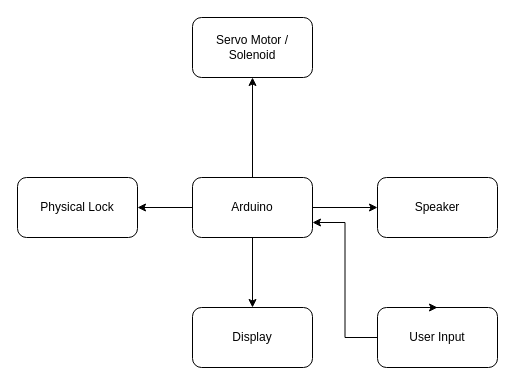
This is Untitled Diagram.drawio from MazenAbou/SmartSafe, a draw.io file, before an edit. Source tidied: cells renumbered, new cells numbered last; positions are measured from the earlier drawing's top-left corner, leaving out a move shared by most shapes. Both pictures are drawn from the tidied source at 100%, with x=0, y=0 at pixel (17, 17).
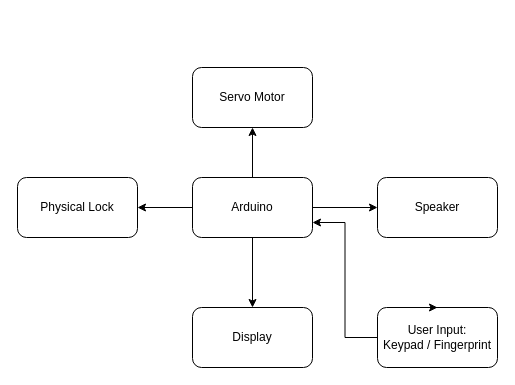
The same page after the edit.

The edit, as a diff of the source:
```diff
@@
 <mxGraphModel>
   <root>
     <mxCell id="0" />
     <mxCell id="1" parent="0" />
     <mxCell id="2" style="edgeStyle=orthogonalEdgeStyle;rounded=0;jettySize=auto;html=1;" parent="1" edge="1" source="6" target="8">
       <mxGeometry relative="1" as="geometry" />
     </mxCell>
     <mxCell id="3" style="edgeStyle=orthogonalEdgeStyle;rounded=0;jettySize=auto;html=1;" parent="1" edge="1" source="6" target="10">
       <mxGeometry relative="1" as="geometry" />
     </mxCell>
     <mxCell id="4" style="edgeStyle=orthogonalEdgeStyle;rounded=0;jettySize=auto;html=1;" parent="1" edge="1" source="6" target="7">
       <mxGeometry relative="1" as="geometry" />
     </mxCell>
     <mxCell id="5" style="edgeStyle=orthogonalEdgeStyle;rounded=0;jettySize=auto;html=1;" parent="1" edge="1" source="6" target="9">
       <mxGeometry relative="1" as="geometry" />
     </mxCell>
     <mxCell id="6" value="Arduino" style="rounded=1;whiteSpace=wrap;html=1;" parent="1" vertex="1">
       <mxGeometry x="175" y="160" width="120" height="60" as="geometry" />
     </mxCell>
-    <mxCell id="7" value="Servo Motor / Solenoid" style="rounded=1;whiteSpace=wrap;html=1;" parent="1" vertex="1">
-      <mxGeometry x="175" width="120" height="60" as="geometry" />
+    <mxCell id="7" value="Servo Motor" style="rounded=1;whiteSpace=wrap;html=1;" parent="1" vertex="1">
+      <mxGeometry x="175" y="50" width="120" height="60" as="geometry" />
     </mxCell>
     <mxCell id="8" value="Display" style="rounded=1;whiteSpace=wrap;html=1;" parent="1" vertex="1">
       <mxGeometry x="175" y="290" width="120" height="60" as="geometry" />
     </mxCell>
     <mxCell id="9" value="Speaker" style="rounded=1;whiteSpace=wrap;html=1;" parent="1" vertex="1">
       <mxGeometry x="360" y="160" width="120" height="60" as="geometry" />
     </mxCell>
     <mxCell id="10" value="Physical Lock" style="rounded=1;whiteSpace=wrap;html=1;" parent="1" vertex="1">
       <mxGeometry y="160" width="120" height="60" as="geometry" />
     </mxCell>
     <mxCell id="11" style="edgeStyle=orthogonalEdgeStyle;rounded=0;jettySize=auto;html=1;entryX=1;entryY=0.75;entryDx=0;entryDy=0;" parent="1" edge="1" source="12" target="6">
       <mxGeometry relative="1" as="geometry" />
     </mxCell>
-    <mxCell id="12" value="User Input" style="rounded=1;whiteSpace=wrap;html=1;" parent="1" vertex="1">
+    <mxCell id="12" value="User Input:&lt;br&gt;Keypad / Fingerprint" style="rounded=1;whiteSpace=wrap;html=1;" parent="1" vertex="1">
       <mxGeometry x="360" y="290" width="120" height="60" as="geometry" />
     </mxCell>
     <mxCell id="13" style="edgeStyle=orthogonalEdgeStyle;rounded=0;orthogonalLoop=1;jettySize=auto;html=1;exitX=0.25;exitY=0;exitDx=0;exitDy=0;entryX=0.5;entryY=0;entryDx=0;entryDy=0;" parent="1" edge="1" source="12" target="12">
       <mxGeometry relative="1" as="geometry" />
     </mxCell>
   </root>
 </mxGraphModel>
```
